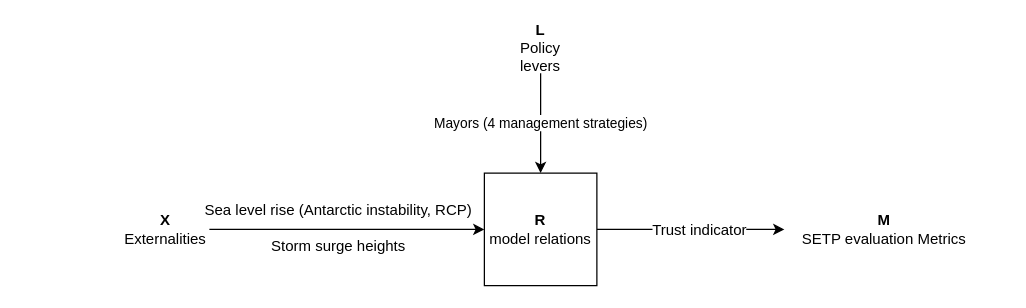
This is Drawings/XLRM.dio from keesvanginkel/Urban-SETP, a draw.io file, before an edit. Source tidied: cells renumbered, new cells numbered last; positions are measured from the earlier drawing's top-left corner, leaving out a move shared by most shapes. Both pictures are drawn from the tidied source at 125%, with x=0, y=0 at pixel (121, 22).
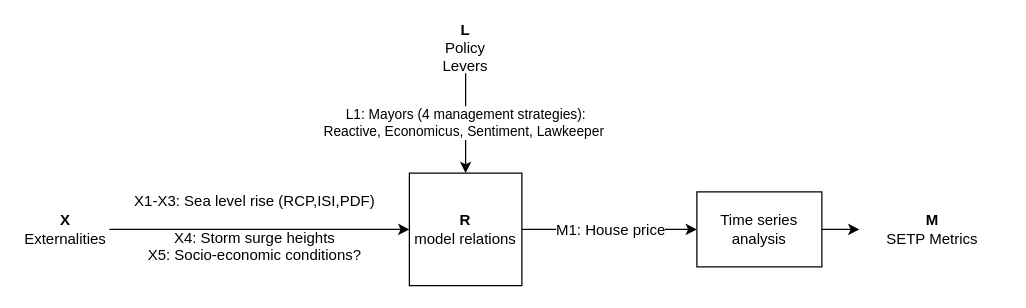
Above is the later version.

The edit, as a diff of the source:
```diff
@@
 <mxGraphModel background="#ffffff">
   <root>
     <mxCell id="0" />
     <mxCell id="1" parent="0" />
-    <mxCell id="2" style="edgeStyle=orthogonalEdgeStyle;rounded=0;html=1;exitX=1;exitY=0.5;jettySize=auto;" parent="1" edge="1" source="4" target="10">
+    <mxCell id="2" style="edgeStyle=orthogonalEdgeStyle;rounded=0;html=1;exitX=1;exitY=0.5;jettySize=auto;entryX=0;entryY=0.5;" parent="1" edge="1" source="4" target="12">
       <mxGeometry relative="1" as="geometry" />
     </mxCell>
-    <mxCell id="3" value="Trust indicator" style="text;html=1;align=center;verticalAlign=middle;labelBackgroundColor=#ffffff;" parent="2" vertex="1">
+    <mxCell id="3" value="M1: House price" style="text;html=1;align=center;verticalAlign=middle;labelBackgroundColor=#ffffff;" parent="2" vertex="1">
       <mxGeometry x="0.3" y="2" relative="1" as="geometry">
-        <mxPoint x="-17" y="2" as="offset" />
+        <mxPoint x="-21" y="2" as="offset" />
       </mxGeometry>
     </mxCell>
     <mxCell id="4" value="&lt;b&gt;R&lt;/b&gt;&lt;div&gt;model relations&lt;/div&gt;" style="whiteSpace=wrap;html=1;" parent="1" vertex="1">
-      <mxGeometry x="290" y="120" width="90" height="90" as="geometry" />
+      <mxGeometry x="230" y="120" width="90" height="90" as="geometry" />
     </mxCell>
     <mxCell id="5" value="&lt;div&gt;&lt;b&gt;X&lt;/b&gt;&lt;/div&gt;Externalities" style="text;html=1;strokeColor=none;fillColor=none;align=center;verticalAlign=middle;whiteSpace=wrap;rounded=0;" parent="1" vertex="1">
-      <mxGeometry y="155" width="70" height="20" as="geometry" />
+      <mxGeometry x="-80" y="155" width="70" height="20" as="geometry" />
     </mxCell>
     <mxCell id="6" style="endArrow=classic;html=1;entryX=0;entryY=0.5;" parent="1" edge="1" source="5" target="4">
       <mxGeometry relative="1" as="geometry" />
     </mxCell>
-    <mxCell id="7" value="Sea level rise (Antarctic instability, RCP)&lt;div&gt;&lt;br&gt;&lt;div&gt;Storm surge heights&lt;/div&gt;&lt;/div&gt;" style="text;html=1;align=center;verticalAlign=middle;labelBackgroundColor=none;" parent="6" vertex="1">
+    <mxCell id="7" value="X1-X3: Sea level rise (RCP,ISI,PDF)&lt;div&gt;&lt;br&gt;&lt;div&gt;X4: Storm surge heights&lt;br&gt;&lt;/div&gt;&lt;/div&gt;&lt;div&gt;X5: Socio-economic conditions?&lt;/div&gt;" style="text;html=1;align=center;verticalAlign=middle;labelBackgroundColor=none;" parent="6" vertex="1">
       <mxGeometry x="0.23" y="-3" relative="1" as="geometry">
         <mxPoint x="-33" y="-5" as="offset" />
       </mxGeometry>
     </mxCell>
-    <mxCell id="8" value="Mayors (4 management strategies)" style="edgeStyle=orthogonalEdgeStyle;rounded=0;html=1;jettySize=auto;" parent="1" edge="1" source="9" target="4">
+    <mxCell id="8" value="L1: Mayors (4 management strategies):&lt;div&gt;Reactive, Economicus, Sentiment, Lawkeeper&amp;nbsp;&lt;/div&gt;" style="edgeStyle=orthogonalEdgeStyle;rounded=0;html=1;jettySize=auto;" parent="1" edge="1" source="9" target="4">
       <mxGeometry relative="1" as="geometry" />
     </mxCell>
-    <mxCell id="9" value="&lt;div&gt;&lt;b&gt;L&lt;/b&gt;&lt;/div&gt;Policy levers" style="text;html=1;strokeColor=none;fillColor=none;align=center;verticalAlign=middle;whiteSpace=wrap;rounded=0;" parent="1" vertex="1">
-      <mxGeometry x="315" width="40" height="40" as="geometry" />
+    <mxCell id="9" value="&lt;div&gt;&lt;b&gt;L&lt;/b&gt;&lt;/div&gt;Policy Levers" style="text;html=1;strokeColor=none;fillColor=none;align=center;verticalAlign=middle;whiteSpace=wrap;rounded=0;" parent="1" vertex="1">
+      <mxGeometry x="255" width="40" height="40" as="geometry" />
     </mxCell>
-    <mxCell id="10" value="&lt;div&gt;&lt;b&gt;M&lt;/b&gt;&lt;/div&gt;&lt;div&gt;SETP evaluation Metrics&lt;/div&gt;" style="text;html=1;strokeColor=none;fillColor=none;align=center;verticalAlign=middle;whiteSpace=wrap;rounded=0;" parent="1" vertex="1">
-      <mxGeometry x="530" y="145" width="160" height="40" as="geometry" />
+    <mxCell id="10" value="&lt;div&gt;&lt;b&gt;M&lt;/b&gt;&lt;/div&gt;&lt;div&gt;SETP Metrics&lt;/div&gt;" style="text;html=1;strokeColor=none;fillColor=none;align=center;verticalAlign=middle;whiteSpace=wrap;rounded=0;" parent="1" vertex="1">
+      <mxGeometry x="590" y="145" width="117" height="40" as="geometry" />
     </mxCell>
+    <mxCell id="11" style="edgeStyle=orthogonalEdgeStyle;rounded=0;html=1;exitX=1;exitY=0.5;entryX=0;entryY=0.5;jettySize=auto;" parent="1" edge="1" source="12" target="10">
+      <mxGeometry relative="1" as="geometry" />
+    </mxCell>
+    <mxCell id="12" value="Time series analysis" style="rounded=0;whiteSpace=wrap;html=1;" parent="1" vertex="1">
+      <mxGeometry x="460" y="135" width="100" height="60" as="geometry" />
+    </mxCell>
   </root>
 </mxGraphModel>
```
